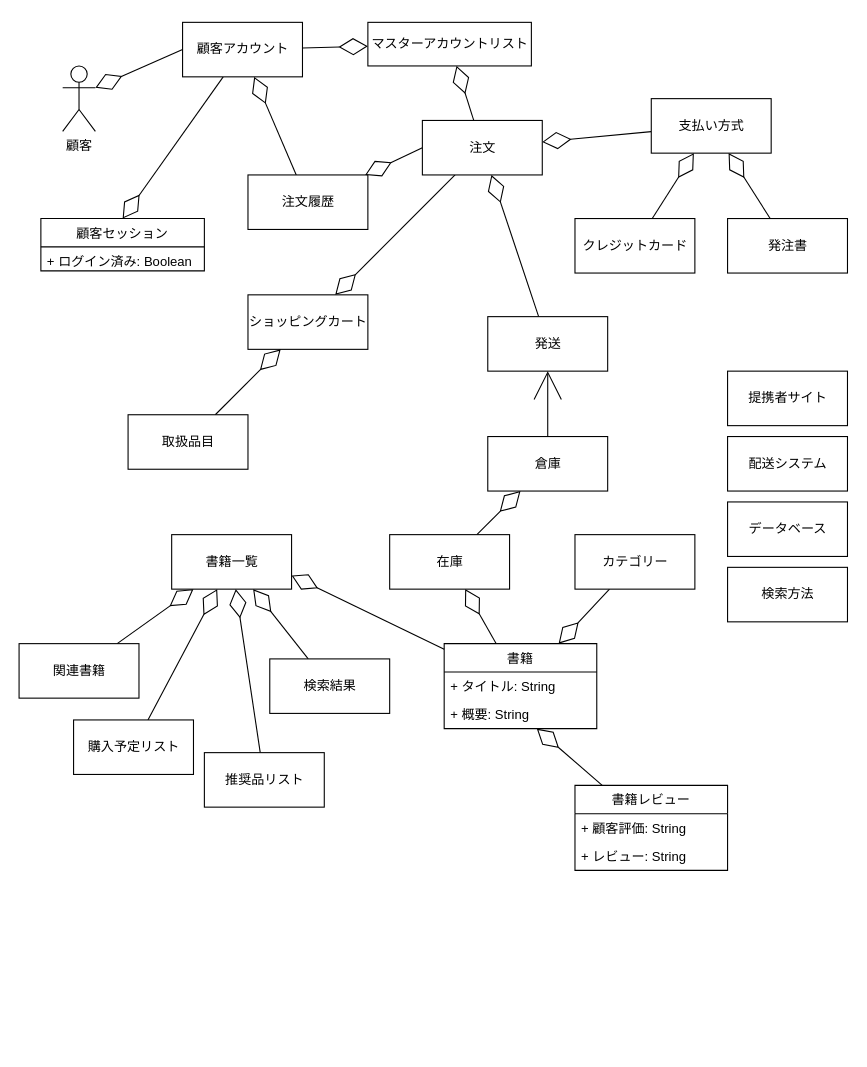
The draw.io diagram architecture/domain-model/インターネット書店静的モデル.drawio in rinotc/practice_iconix, before the edit. Source tidied: cells renumbered, new cells numbered last; positions are measured from the earlier drawing's top-left corner, leaving out a move shared by most shapes. Both pictures are drawn from the tidied source at 109%, with x=0, y=0 at pixel (19, 22).
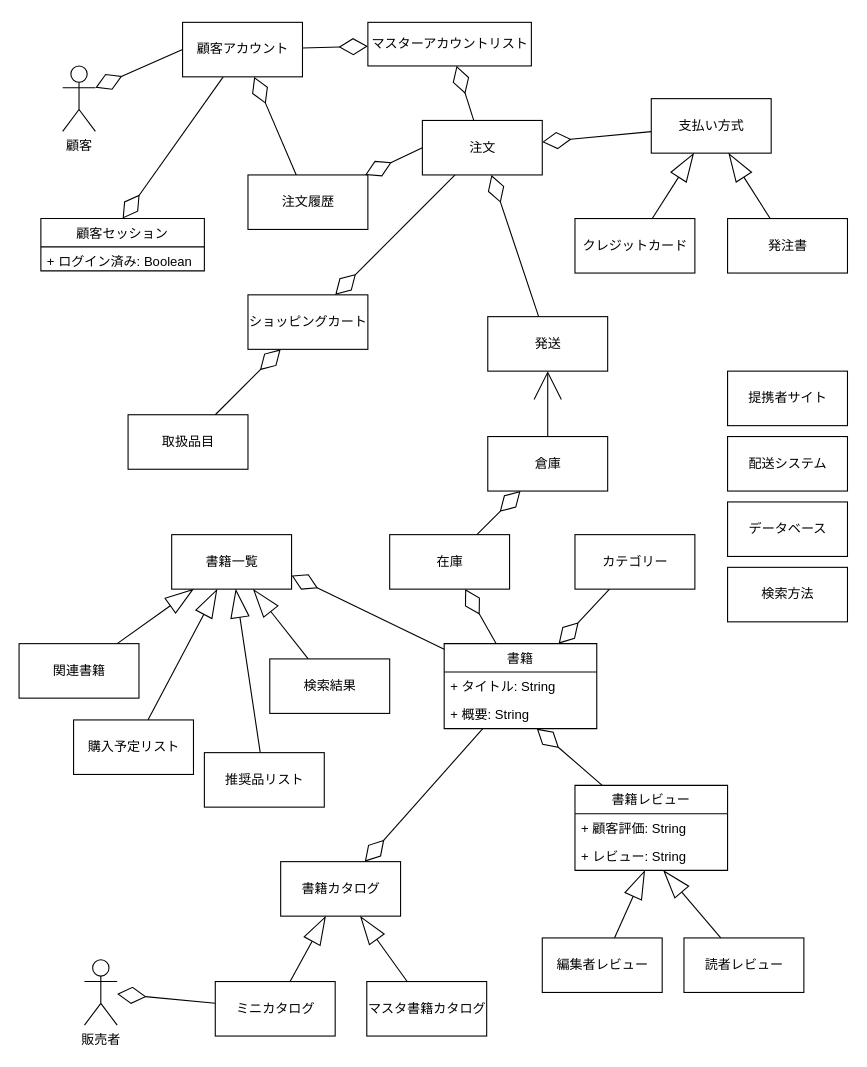
After the change.

Commit message:
Update インターネット書店静的モデル.drawio

Unchanged cells that the change refers to:
```xml
<mxCell id="15" value="支払い方式" style="html=1;" parent="1" vertex="1">
  <mxGeometry x="580" y="70" width="110" height="50" as="geometry" />
</mxCell>
<mxCell id="17" value="発注書" style="html=1;" parent="1" vertex="1">
  <mxGeometry x="650" y="180" width="110" height="50" as="geometry" />
</mxCell>
<mxCell id="19" value="クレジットカード" style="html=1;" parent="1" vertex="1">
  <mxGeometry x="510" y="180" width="110" height="50" as="geometry" />
</mxCell>
<mxCell id="31" value="書籍" style="swimlane;fontStyle=0;horizontal=1;startSize=26;fillColor=none;" parent="1" vertex="1">
  <mxGeometry x="390" y="570" width="140" height="78" as="geometry" />
</mxCell>
<mxCell id="42" value="書籍一覧" style="html=1;" parent="1" vertex="1">
  <mxGeometry x="140" y="470" width="110" height="50" as="geometry" />
</mxCell>
<mxCell id="44" value="関連書籍" style="html=1;" parent="1" vertex="1">
  <mxGeometry y="570" width="110" height="50" as="geometry" />
</mxCell>
<mxCell id="46" value="購入予定リスト" style="html=1;" parent="1" vertex="1">
  <mxGeometry x="50" y="640" width="110" height="50" as="geometry" />
</mxCell>
<mxCell id="48" value="検索結果" style="html=1;" parent="1" vertex="1">
  <mxGeometry x="230" y="584" width="110" height="50" as="geometry" />
</mxCell>
<mxCell id="50" value="推奨品リスト" style="html=1;" parent="1" vertex="1">
  <mxGeometry x="170" y="670" width="110" height="50" as="geometry" />
</mxCell>
<mxCell id="54" value="+ レビュー: String" style="text;strokeColor=none;fillColor=none;align=left;verticalAlign=top;spacingLeft=4;spacingRight=4;overflow=hidden;points=[[0,0.5],[1,0.5]];portConstraint=eastwest;" parent="52" vertex="1">
  <mxGeometry y="52" width="140" height="26" as="geometry" />
</mxCell>
```

Change to the diagram source:
```diff
@@
-    <mxCell id="16" style="edgeStyle=none;rounded=0;jettySize=auto;html=1;endArrow=diamondThin;endFill=0;endSize=24;strokeWidth=1;" parent="1" edge="1" source="17" target="15">
+    <mxCell id="16" style="edgeStyle=none;rounded=0;jettySize=auto;html=1;endArrow=blockThin;endFill=0;endSize=24;strokeWidth=1;" parent="1" edge="1" source="17" target="15">
       <mxGeometry relative="1" as="geometry" />
     </mxCell>
@@
-    <mxCell id="18" style="edgeStyle=none;rounded=0;jettySize=auto;html=1;endArrow=diamondThin;endFill=0;endSize=24;strokeWidth=1;" parent="1" edge="1" source="19" target="15">
+    <mxCell id="18" style="edgeStyle=none;rounded=0;jettySize=auto;html=1;endArrow=blockThin;endFill=0;endSize=24;strokeWidth=1;" parent="1" edge="1" source="19" target="15">
       <mxGeometry relative="1" as="geometry" />
     </mxCell>
@@
+    <mxCell id="55" style="edgeStyle=none;rounded=0;jettySize=auto;html=1;endArrow=diamondThin;endFill=0;endSize=24;strokeWidth=1;" parent="1" edge="1" source="31" target="57">
+      <mxGeometry relative="1" as="geometry" />
+    </mxCell>
@@
-    <mxCell id="43" style="edgeStyle=none;rounded=0;jettySize=auto;html=1;endArrow=diamondThin;endFill=0;endSize=24;strokeWidth=1;" parent="1" edge="1" source="44" target="42">
+    <mxCell id="43" style="edgeStyle=none;rounded=0;jettySize=auto;html=1;endArrow=blockThin;endFill=0;endSize=24;strokeWidth=1;" parent="1" edge="1" source="44" target="42">
       <mxGeometry relative="1" as="geometry" />
     </mxCell>
@@
-    <mxCell id="45" style="edgeStyle=none;rounded=0;jettySize=auto;html=1;endArrow=diamondThin;endFill=0;endSize=24;strokeWidth=1;" parent="1" edge="1" source="46" target="42">
+    <mxCell id="45" style="edgeStyle=none;rounded=0;jettySize=auto;html=1;endArrow=blockThin;endFill=0;endSize=24;strokeWidth=1;" parent="1" edge="1" source="46" target="42">
       <mxGeometry relative="1" as="geometry" />
     </mxCell>
@@
-    <mxCell id="47" style="edgeStyle=none;rounded=0;jettySize=auto;html=1;endArrow=diamondThin;endFill=0;endSize=24;strokeWidth=1;" parent="1" edge="1" source="48" target="42">
+    <mxCell id="47" style="edgeStyle=none;rounded=0;jettySize=auto;html=1;endArrow=blockThin;endFill=0;endSize=24;strokeWidth=1;" parent="1" edge="1" source="48" target="42">
       <mxGeometry relative="1" as="geometry" />
     </mxCell>
@@
-    <mxCell id="49" style="edgeStyle=none;rounded=0;jettySize=auto;html=1;endArrow=diamondThin;endFill=0;endSize=24;strokeWidth=1;" parent="1" edge="1" source="50" target="42">
+    <mxCell id="49" style="edgeStyle=none;rounded=0;jettySize=auto;html=1;endArrow=blockThin;endFill=0;endSize=24;strokeWidth=1;" parent="1" edge="1" source="50" target="42">
       <mxGeometry relative="1" as="geometry" />
     </mxCell>
@@
+    <mxCell id="56" value="販売者" style="shape=umlActor;verticalLabelPosition=bottom;verticalAlign=top;html=1;" parent="1" vertex="1">
+      <mxGeometry x="60" y="860" width="30" height="60" as="geometry" />
+    </mxCell>
+    <mxCell id="57" value="書籍カタログ" style="html=1;" parent="1" vertex="1">
+      <mxGeometry x="240" y="770" width="110" height="50" as="geometry" />
+    </mxCell>
+    <mxCell id="58" style="edgeStyle=none;rounded=0;jettySize=auto;html=1;endArrow=blockThin;endFill=0;endSize=24;strokeWidth=1;" parent="1" edge="1" source="59" target="54">
+      <mxGeometry relative="1" as="geometry" />
+    </mxCell>
+    <mxCell id="59" value="読者レビュー" style="html=1;" parent="1" vertex="1">
+      <mxGeometry x="610" y="840" width="110" height="50" as="geometry" />
+    </mxCell>
+    <mxCell id="60" style="edgeStyle=none;rounded=0;jettySize=auto;html=1;endArrow=blockThin;endFill=0;endSize=24;strokeWidth=1;" parent="1" edge="1" source="61" target="54">
+      <mxGeometry relative="1" as="geometry" />
+    </mxCell>
+    <mxCell id="61" value="編集者レビュー" style="html=1;" parent="1" vertex="1">
+      <mxGeometry x="480" y="840" width="110" height="50" as="geometry" />
+    </mxCell>
+    <mxCell id="62" style="edgeStyle=none;rounded=0;jettySize=auto;html=1;endArrow=blockThin;endFill=0;endSize=24;strokeWidth=1;" parent="1" edge="1" source="63" target="57">
+      <mxGeometry relative="1" as="geometry" />
+    </mxCell>
+    <mxCell id="63" value="マスタ書籍カタログ" style="html=1;" parent="1" vertex="1">
+      <mxGeometry x="319" y="880" width="110" height="50" as="geometry" />
+    </mxCell>
+    <mxCell id="64" style="edgeStyle=none;rounded=0;jettySize=auto;html=1;endArrow=blockThin;endFill=0;endSize=24;strokeWidth=1;" parent="1" edge="1" source="66" target="57">
+      <mxGeometry relative="1" as="geometry" />
+    </mxCell>
+    <mxCell id="65" style="edgeStyle=none;rounded=0;jettySize=auto;html=1;endArrow=diamondThin;endFill=0;endSize=24;strokeWidth=1;" parent="1" edge="1" source="66" target="56">
+      <mxGeometry relative="1" as="geometry" />
+    </mxCell>
+    <mxCell id="66" value="ミニカタログ" style="html=1;" parent="1" vertex="1">
+      <mxGeometry x="180" y="880" width="110" height="50" as="geometry" />
+    </mxCell>
```
